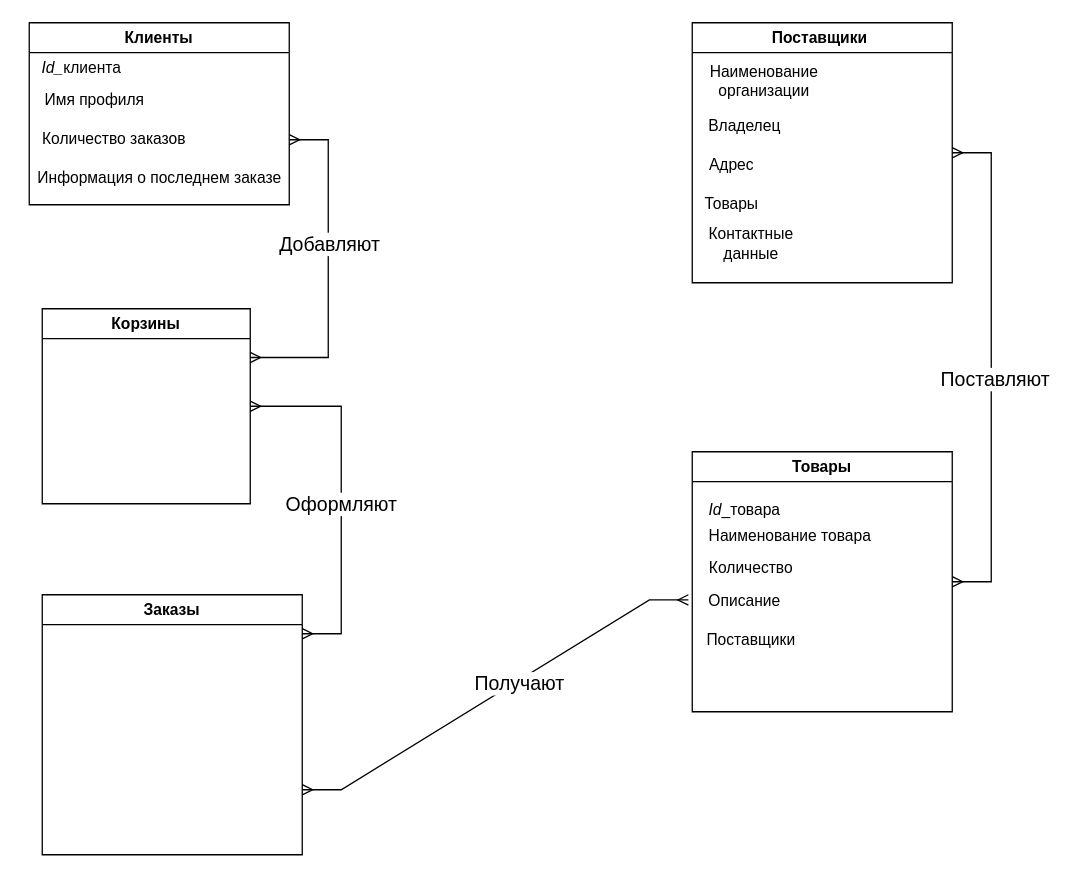
Above: ER-модель.drawio in Weintag/Database (draw.io), before the change. Source tidied: cells renumbered, new cells numbered last; positions are measured from the earlier drawing's top-left corner, leaving out a move shared by most shapes. Both pictures are drawn from the tidied source at 130%, with x=0, y=0 at pixel (22, 22).
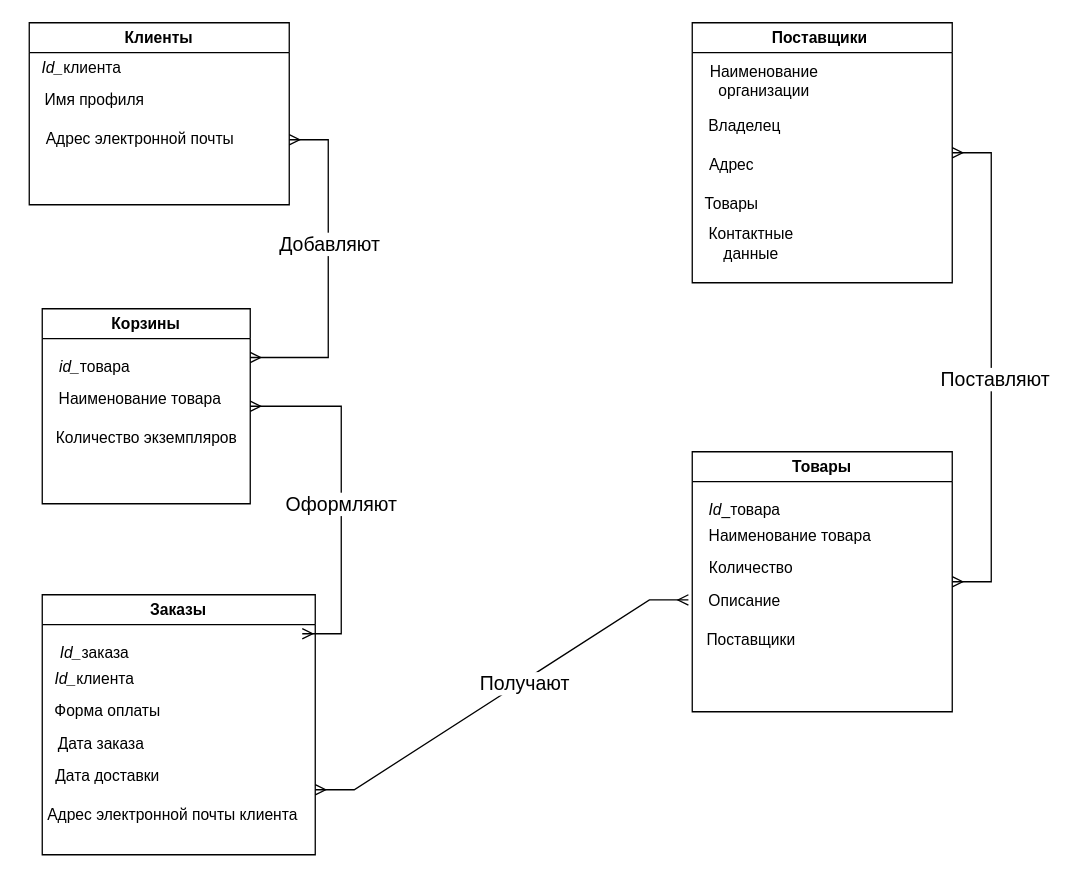
After the change.

Unchanged cells that the change refers to:
```xml
<mxCell id="3" value="Клиенты" style="swimlane;whiteSpace=wrap;html=1;" parent="1" vertex="1">
  <mxGeometry x="5" width="200" height="140" as="geometry" />
</mxCell>
<mxCell id="20" value="Корзины" style="swimlane;whiteSpace=wrap;html=1;" parent="1" vertex="1">
  <mxGeometry x="15" y="220" width="160" height="150" as="geometry" />
</mxCell>
```

Diff of the diagram source:
```diff
@@
-    <mxCell id="6" value="Количество заказов" style="text;html=1;align=center;verticalAlign=middle;strokeColor=none;fillColor=none;" parent="3" vertex="1">
-      <mxGeometry y="75" width="130" height="30" as="geometry" />
+    <mxCell id="6" value="Адрес электронной почты" style="text;html=1;align=center;verticalAlign=middle;strokeColor=none;fillColor=none;" parent="3" vertex="1">
+      <mxGeometry y="75" width="170" height="30" as="geometry" />
     </mxCell>
-    <mxCell id="7" value="Информация о последнем заказе" style="text;html=1;align=center;verticalAlign=middle;strokeColor=none;fillColor=none;" parent="3" vertex="1">
-      <mxGeometry x="-5" y="105" width="210" height="30" as="geometry" />
-    </mxCell>
@@
+    <mxCell id="30" value="&lt;i&gt;id_&lt;/i&gt;товара" style="text;html=1;align=center;verticalAlign=middle;strokeColor=none;fillColor=none;" parent="20" vertex="1">
+      <mxGeometry y="30" width="80" height="30" as="geometry" />
+    </mxCell>
+    <mxCell id="31" value="Наименование товара" style="text;html=1;align=center;verticalAlign=middle;strokeColor=none;fillColor=none;" parent="20" vertex="1">
+      <mxGeometry y="55" width="150" height="30" as="geometry" />
+    </mxCell>
+    <mxCell id="32" value="Количество экземпляров" style="text;html=1;align=center;verticalAlign=middle;strokeColor=none;fillColor=none;" parent="20" vertex="1">
+      <mxGeometry y="85" width="160" height="30" as="geometry" />
+    </mxCell>
     <mxCell id="21" value="Заказы" style="swimlane;whiteSpace=wrap;html=1;" parent="1" vertex="1">
-      <mxGeometry x="15" y="440" width="200" height="200" as="geometry" />
+      <mxGeometry x="15" y="440" width="210" height="200" as="geometry" />
     </mxCell>
+    <mxCell id="33" value="&lt;i&gt;Id_&lt;/i&gt;заказа" style="text;html=1;align=center;verticalAlign=middle;strokeColor=none;fillColor=none;" parent="21" vertex="1">
+      <mxGeometry y="30" width="80" height="30" as="geometry" />
+    </mxCell>
+    <mxCell id="34" value="&lt;i&gt;Id_&lt;/i&gt;клиента" style="text;html=1;align=center;verticalAlign=middle;strokeColor=none;fillColor=none;" parent="21" vertex="1">
+      <mxGeometry y="50" width="80" height="30" as="geometry" />
+    </mxCell>
+    <mxCell id="35" value="Форма оплаты" style="text;html=1;align=center;verticalAlign=middle;strokeColor=none;fillColor=none;" parent="21" vertex="1">
+      <mxGeometry y="75" width="100" height="30" as="geometry" />
+    </mxCell>
+    <mxCell id="36" value="Дата заказа" style="text;html=1;align=center;verticalAlign=middle;strokeColor=none;fillColor=none;" parent="21" vertex="1">
+      <mxGeometry y="100" width="90" height="30" as="geometry" />
+    </mxCell>
+    <mxCell id="37" value="Дата доставки" style="text;html=1;align=center;verticalAlign=middle;strokeColor=none;fillColor=none;" parent="21" vertex="1">
+      <mxGeometry y="125" width="100" height="30" as="geometry" />
+    </mxCell>
+    <mxCell id="38" value="Адрес электронной почты клиента" style="text;html=1;align=center;verticalAlign=middle;strokeColor=none;fillColor=none;" parent="21" vertex="1">
+      <mxGeometry x="-10" y="155" width="220" height="30" as="geometry" />
+    </mxCell>
```
